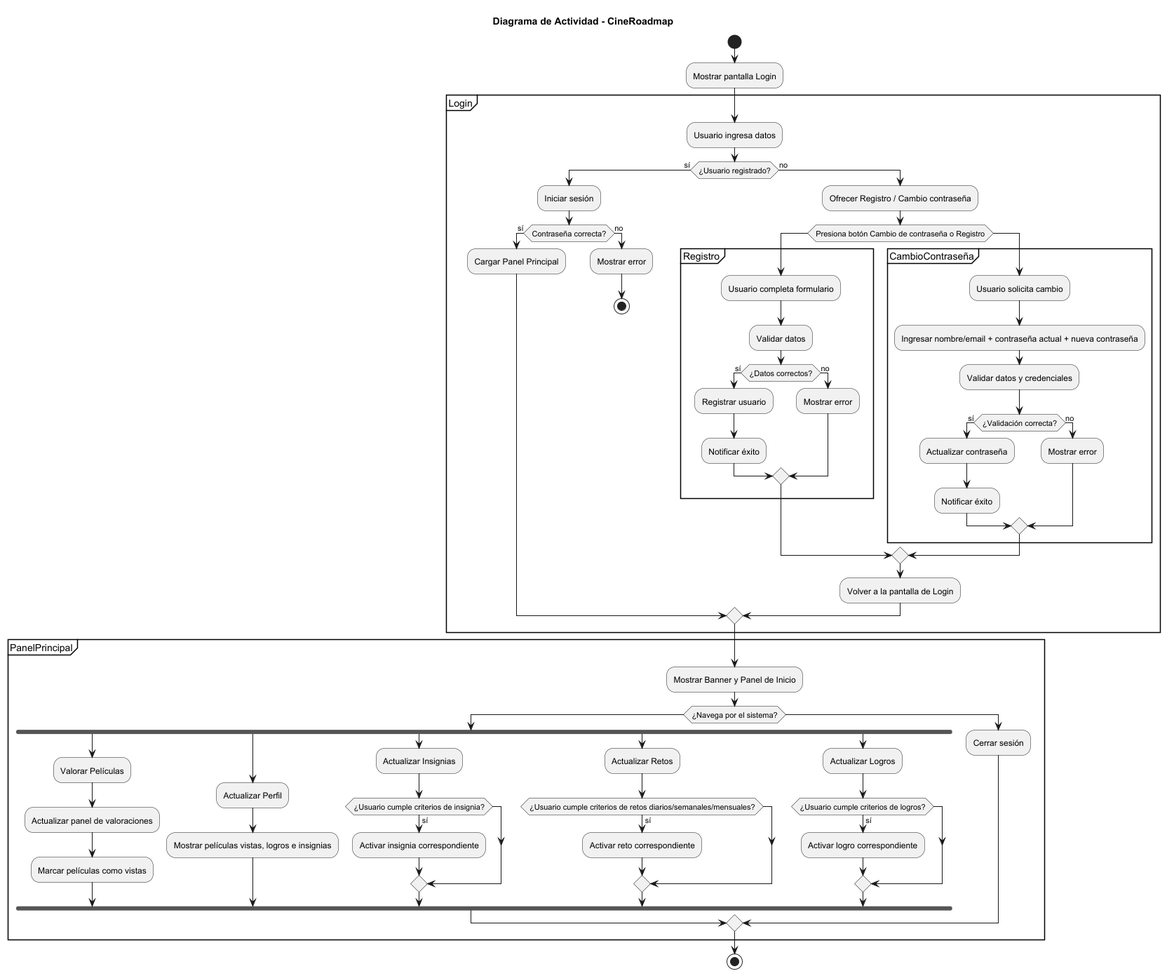
This is src/main/resources/diagramas/imagenes/DiagramaActividad-Diagrama_de_Actividad___CineRoadmap.png from Perales33/Proyecto_Ingenieria_CineRoadmap, a PlantUML export, as it was before one commit.
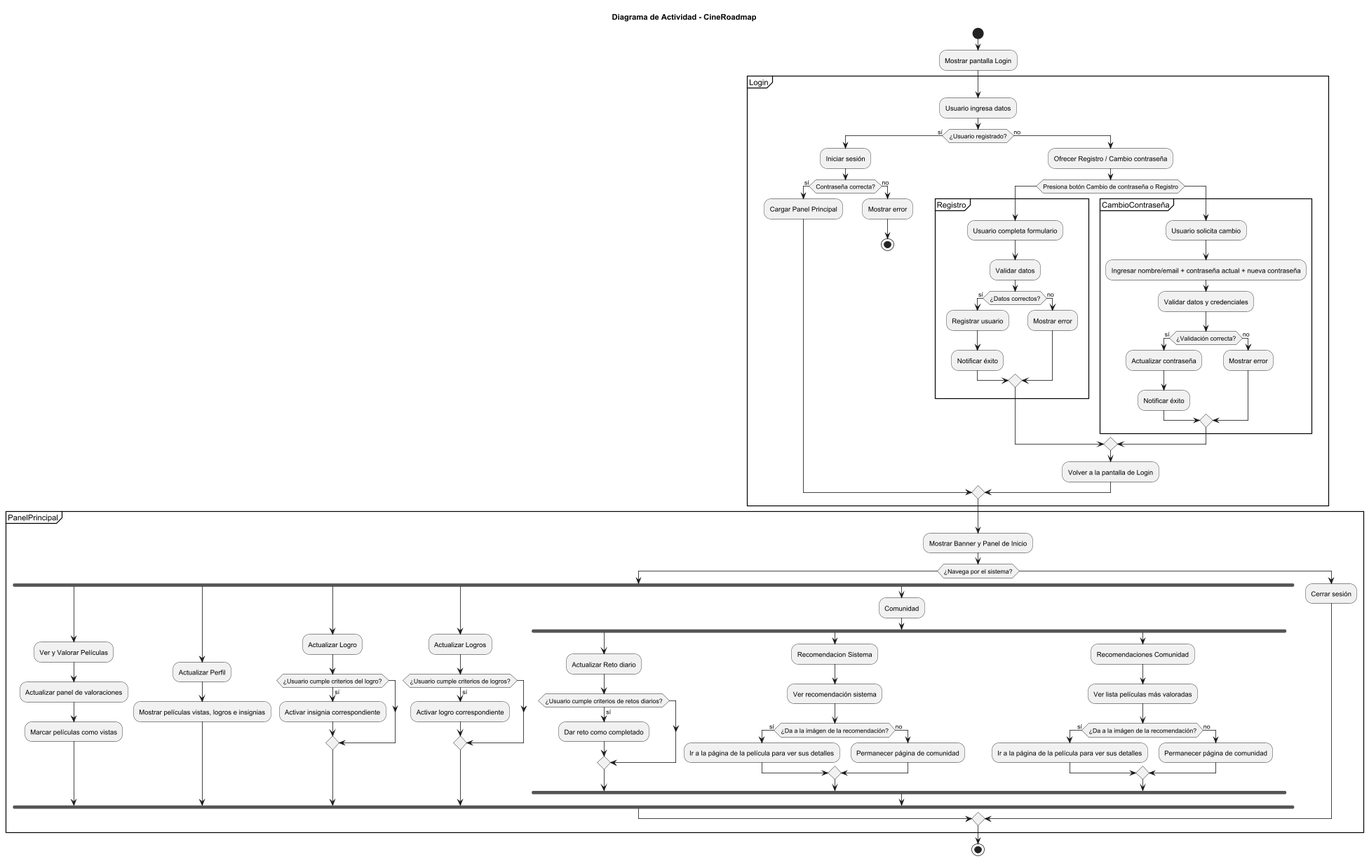
The same diagram one commit later.

Commit message:
Cambios diagramas

Change to the diagram source:
```diff
@@ -49,27 +49,46 @@
     :Mostrar Banner y Panel de Inicio;
     if (¿Navega por el sistema?)
         fork
-            :Valorar Películas;
+            :Ver y Valorar Películas;
             :Actualizar panel de valoraciones;
             :Marcar películas como vistas;
         fork again
             :Actualizar Perfil;
             :Mostrar películas vistas, logros e insignias;
         fork again
-            :Actualizar Insignias;
-            if (¿Usuario cumple criterios de insignia?) then (sí)
+            :Actualizar Logro;
+            if (¿Usuario cumple criterios del logro?) then (sí)
                 :Activar insignia correspondiente;
-            endif
-        fork again
-            :Actualizar Retos;
-            if (¿Usuario cumple criterios de retos diarios/semanales/mensuales?) then (sí)
-                :Activar reto correspondiente;
             endif
         fork again
             :Actualizar Logros;
             if (¿Usuario cumple criterios de logros?) then (sí)
                 :Activar logro correspondiente;
             endif
+           fork again
+             :Comunidad;
+                fork
+                :Actualizar Reto diario;
+                if (¿Usuario cumple criterios de retos diarios?) then (sí)
+                    :Dar reto como completado;
+                endif
+                fork again
+                :Recomendacion Sistema;
+                :Ver recomendación sistema;
+                if(¿Da a la imágen de la recomendación?) then (sí)
+                    :Ir a la página de la película para ver sus detalles;
+                else (no)
+                    :Permanecer página de comunidad;
+                end if
+                fork again
+                :Recomendaciones Comunidad;
+                :Ver lista películas más valoradas;
+                if(¿Da a la imágen de la recomendación?) then (sí)
+                    :Ir a la página de la película para ver sus detalles;
+                else (no)
+                    :Permanecer página de comunidad;
+                end if
+                end fork
         end fork
     else
         :Cerrar sesión;
```
